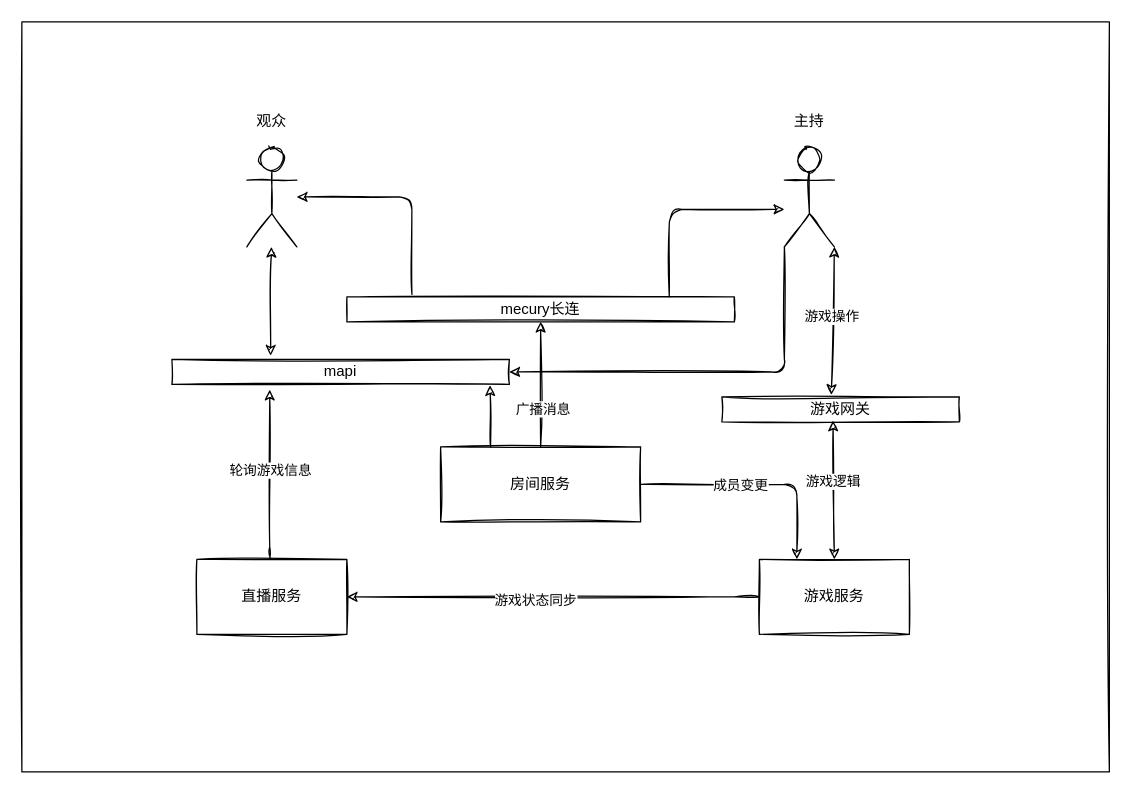
This is src/Untitled Diagram.drawio from qinzhewudao/LearnJavaProject, a draw.io file, before an edit. Source tidied: cells renumbered, new cells numbered last; positions are measured from the earlier drawing's top-left corner, leaving out a move shared by most shapes. Both pictures are drawn from the tidied source at 125%, with x=0, y=0 at pixel (21, 21).
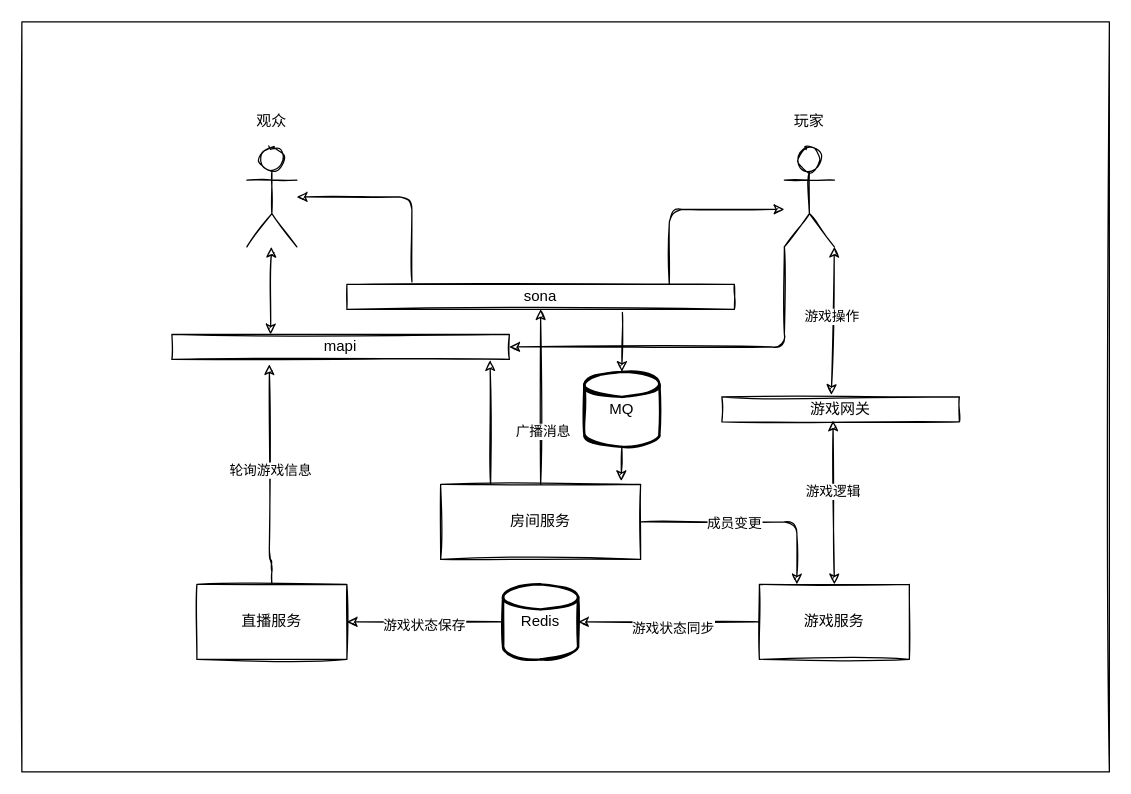
The same page after the edit.

Unchanged cells that the change refers to:
```xml
<mxCell id="4" style="shape=umlActor;verticalLabelPosition=bottom;verticalAlign=top;html=1;outlineConnect=0;labelBackgroundColor=none;sketch=1;" parent="1" vertex="1">
  <mxGeometry x="180" y="100" width="40" height="80" as="geometry" />
</mxCell>
<mxCell id="5" style="shape=umlActor;verticalLabelPosition=bottom;verticalAlign=top;html=1;outlineConnect=0;labelBackgroundColor=none;sketch=1;" parent="1" vertex="1">
  <mxGeometry x="610" y="100" width="40" height="80" as="geometry" />
</mxCell>
```

Change to the diagram source:
```diff
@@
     <mxCell id="3" value="mapi" style="whiteSpace=wrap;html=1;arcSize=50;labelBackgroundColor=none;sketch=1;" parent="1" vertex="1">
-      <mxGeometry x="120" y="270" width="270" height="20" as="geometry" />
+      <mxGeometry x="120" y="250" width="270" height="20" as="geometry" />
     </mxCell>
@@
-    <mxCell id="7" style="edgeStyle=orthogonalEdgeStyle;jettySize=auto;html=1;entryX=0.29;entryY=1.215;entryDx=0;entryDy=0;labelBackgroundColor=none;sketch=1;entryPerimeter=0;exitX=0.5;exitY=0;exitDx=0;exitDy=0;" parent="1" edge="1" source="9" target="3">
+    <mxCell id="7" style="edgeStyle=orthogonalEdgeStyle;jettySize=auto;html=1;labelBackgroundColor=none;sketch=1;exitX=0.5;exitY=0;exitDx=0;exitDy=0;" parent="1" edge="1" source="9">
       <mxGeometry relative="1" as="geometry">
+        <mxPoint x="198" y="274" as="targetPoint" />
         <Array as="points">
           <mxPoint x="198" y="430" />
         </Array>
       </mxGeometry>
     </mxCell>
@@
     <mxCell id="9" value="直播服务" style="whiteSpace=wrap;html=1;labelBackgroundColor=none;sketch=1;" parent="1" vertex="1">
-      <mxGeometry x="140" y="430" width="120" height="60" as="geometry" />
+      <mxGeometry x="140" y="450" width="120" height="60" as="geometry" />
     </mxCell>
-    <mxCell id="10" style="edgeStyle=orthogonalEdgeStyle;jettySize=auto;html=1;entryX=1;entryY=0.5;entryDx=0;entryDy=0;exitX=0;exitY=0.5;exitDx=0;exitDy=0;labelBackgroundColor=none;sketch=1;" parent="1" edge="1" source="12" target="9">
-      <mxGeometry relative="1" as="geometry">
-        <Array as="points">
-          <mxPoint x="560" y="460" />
-          <mxPoint x="560" y="460" />
-        </Array>
-      </mxGeometry>
-    </mxCell>
-    <mxCell id="11" value="游戏状态同步" style="edgeLabel;html=1;align=center;verticalAlign=middle;" parent="10" vertex="1">
-      <mxGeometry x="0.09" y="2" relative="1" as="geometry" />
-    </mxCell>
     <mxCell id="12" value="游戏服务" style="whiteSpace=wrap;html=1;labelBackgroundColor=none;sketch=1;" parent="1" vertex="1">
-      <mxGeometry x="590" y="430" width="120" height="60" as="geometry" />
+      <mxGeometry x="590" y="450" width="120" height="60" as="geometry" />
     </mxCell>
     <mxCell id="13" value="房间服务" style="whiteSpace=wrap;html=1;labelBackgroundColor=none;sketch=1;" parent="1" vertex="1">
-      <mxGeometry x="335" y="340" width="160" height="60" as="geometry" />
+      <mxGeometry x="335" y="370" width="160" height="60" as="geometry" />
     </mxCell>
-    <mxCell id="14" value="mecury长连" style="whiteSpace=wrap;html=1;arcSize=50;labelBackgroundColor=none;sketch=1;" parent="1" vertex="1">
-      <mxGeometry x="260" y="220" width="310" height="20" as="geometry" />
+    <mxCell id="14" value="sona" style="whiteSpace=wrap;html=1;arcSize=50;labelBackgroundColor=none;sketch=1;" parent="1" vertex="1">
+      <mxGeometry x="260" y="210" width="310" height="20" as="geometry" />
     </mxCell>
@@
-    <mxCell id="25" value="主持" style="text;html=1;strokeColor=none;fillColor=none;align=center;verticalAlign=middle;whiteSpace=wrap;labelBackgroundColor=none;sketch=1;" parent="1" vertex="1">
+    <mxCell id="25" value="玩家" style="text;html=1;strokeColor=none;fillColor=none;align=center;verticalAlign=middle;whiteSpace=wrap;labelBackgroundColor=none;sketch=1;" parent="1" vertex="1">
       <mxGeometry x="610" y="70" width="40" height="20" as="geometry" />
     </mxCell>
     <mxCell id="26" style="endArrow=classic;startArrow=classic;html=1;labelBackgroundColor=none;sketch=1;" parent="1" edge="1" source="4">
       <mxGeometry relative="1" as="geometry">
-        <mxPoint x="199" y="267" as="targetPoint" />
+        <mxPoint x="199" y="250" as="targetPoint" />
       </mxGeometry>
     </mxCell>
     <mxCell id="27" style="endArrow=classic;html=1;labelBackgroundColor=none;exitX=0;exitY=1;exitDx=0;exitDy=0;exitPerimeter=0;entryX=1;entryY=0.5;entryDx=0;entryDy=0;sketch=1;" parent="1" edge="1" source="5" target="3">
       <mxGeometry relative="1" as="geometry">
         <Array as="points">
-          <mxPoint x="610" y="280" />
+          <mxPoint x="610" y="260" />
         </Array>
       </mxGeometry>
     </mxCell>
     <mxCell id="28" style="endArrow=classic;html=1;entryX=0.25;entryY=0;entryDx=0;entryDy=0;exitX=1;exitY=0.5;exitDx=0;exitDy=0;labelBackgroundColor=none;sketch=1;" parent="1" edge="1" source="13" target="12">
       <mxGeometry relative="1" as="geometry">
         <Array as="points">
-          <mxPoint x="620" y="370" />
+          <mxPoint x="620" y="400" />
         </Array>
       </mxGeometry>
     </mxCell>
@@
+    <mxCell id="30" value="MQ" style="strokeWidth=2;html=1;shape=mxgraph.flowchart.database;whiteSpace=wrap;sketch=1;" parent="1" vertex="1">
+      <mxGeometry x="450" y="280" width="60" height="60" as="geometry" />
+    </mxCell>
+    <mxCell id="31" style="endArrow=classic;html=1;entryX=0.5;entryY=0;entryDx=0;entryDy=0;entryPerimeter=0;sketch=1;exitX=0.711;exitY=1.117;exitDx=0;exitDy=0;exitPerimeter=0;" parent="1" edge="1" source="14" target="30">
+      <mxGeometry relative="1" as="geometry" />
+    </mxCell>
+    <mxCell id="32" style="endArrow=classic;html=1;exitX=0.5;exitY=1;exitDx=0;exitDy=0;exitPerimeter=0;entryX=0.903;entryY=-0.044;entryDx=0;entryDy=0;entryPerimeter=0;sketch=1;" parent="1" edge="1" source="30" target="13">
+      <mxGeometry relative="1" as="geometry" />
+    </mxCell>
+    <mxCell id="33" value="Redis" style="strokeWidth=2;html=1;shape=mxgraph.flowchart.database;whiteSpace=wrap;sketch=1;" parent="1" vertex="1">
+      <mxGeometry x="385" y="450" width="60" height="60" as="geometry" />
+    </mxCell>
+    <mxCell id="34" style="endArrow=classic;html=1;exitX=0;exitY=0.5;exitDx=0;exitDy=0;exitPerimeter=0;entryX=1;entryY=0.5;entryDx=0;entryDy=0;sketch=1;" parent="1" edge="1" source="33" target="9">
+      <mxGeometry relative="1" as="geometry" />
+    </mxCell>
+    <mxCell id="35" value="游戏状态保存" style="edgeLabel;html=1;align=center;verticalAlign=middle;" parent="34" vertex="1">
+      <mxGeometry x="0.02" y="2" relative="1" as="geometry" />
+    </mxCell>
+    <mxCell id="36" style="endArrow=classic;html=1;exitX=0;exitY=0.5;exitDx=0;exitDy=0;entryX=1;entryY=0.5;entryDx=0;entryDy=0;entryPerimeter=0;sketch=1;" parent="1" edge="1" source="12" target="33">
+      <mxGeometry relative="1" as="geometry" />
+    </mxCell>
+    <mxCell id="11" value="游戏状态同步" style="edgeLabel;html=1;align=center;verticalAlign=middle;" parent="36" vertex="1">
+      <mxGeometry x="-0.03" y="4" relative="1" as="geometry" />
+    </mxCell>
```
